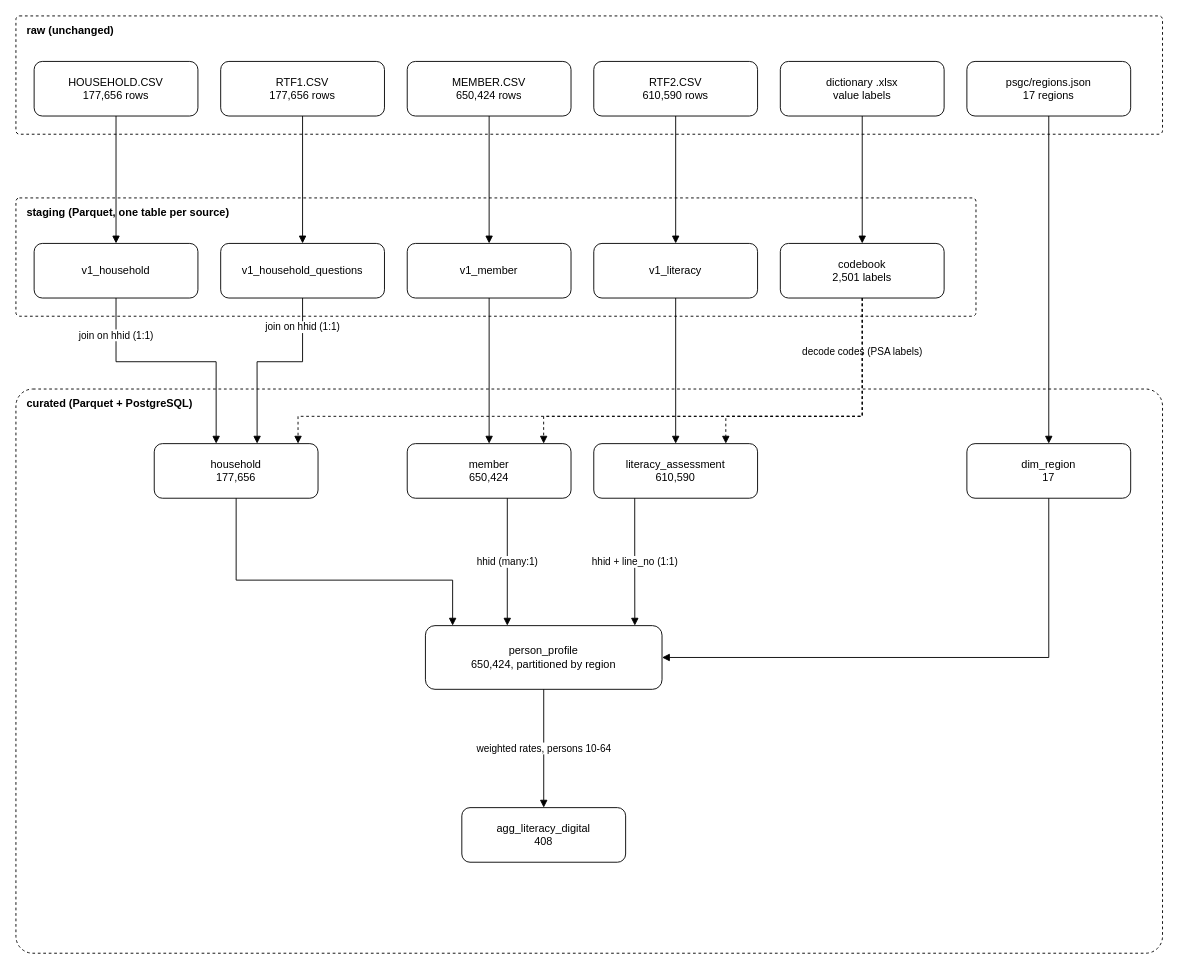
Above: docs/diagrams/data_flow.drawio in memorandavid-dotcom/flemms_digital_divide_project (draw.io), before the change. Source tidied: cells renumbered, new cells numbered last; positions are measured from the earlier drawing's top-left corner, leaving out a move shared by most shapes. Both pictures are drawn from the tidied source at 91%, with x=0, y=0 at pixel (15, 15).
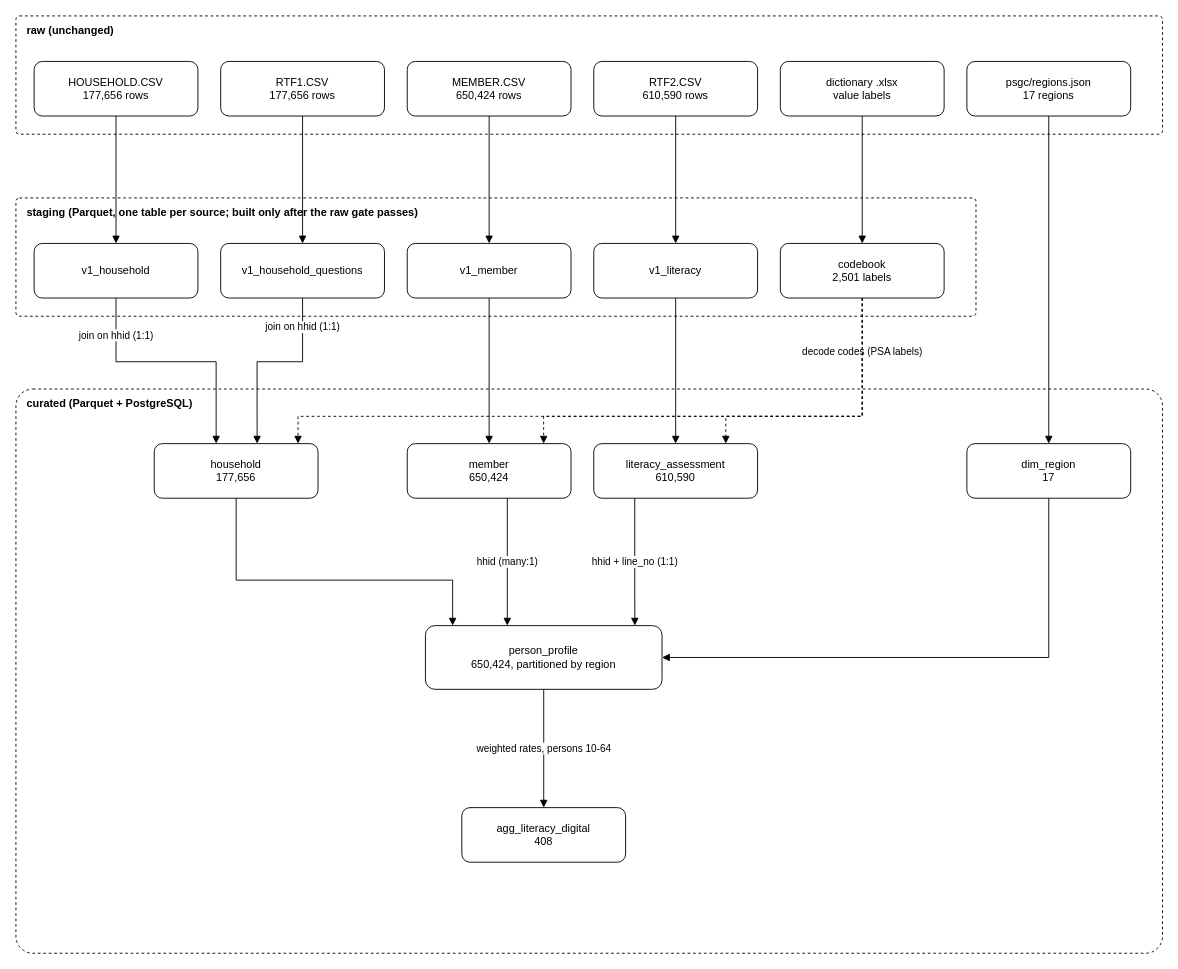
The same page after the edit.

Change to the diagram source:
```diff
@@
-    <mxCell id="9" value="staging (Parquet, one table per source)" style="rounded=1;whiteSpace=wrap;html=1;dashed=1;fillColor=none;verticalAlign=top;align=left;spacingLeft=10;spacingTop=2;fontStyle=1;arcSize=3;" parent="1" vertex="1">
+    <mxCell id="9" value="staging (Parquet, one table per source; built only after the raw gate passes)" style="rounded=1;whiteSpace=wrap;html=1;dashed=1;fillColor=none;verticalAlign=top;align=left;spacingLeft=10;spacingTop=2;fontStyle=1;arcSize=3;" parent="1" vertex="1">
       <mxGeometry y="200" width="1055" height="130" as="geometry" />
     </mxCell>
```
